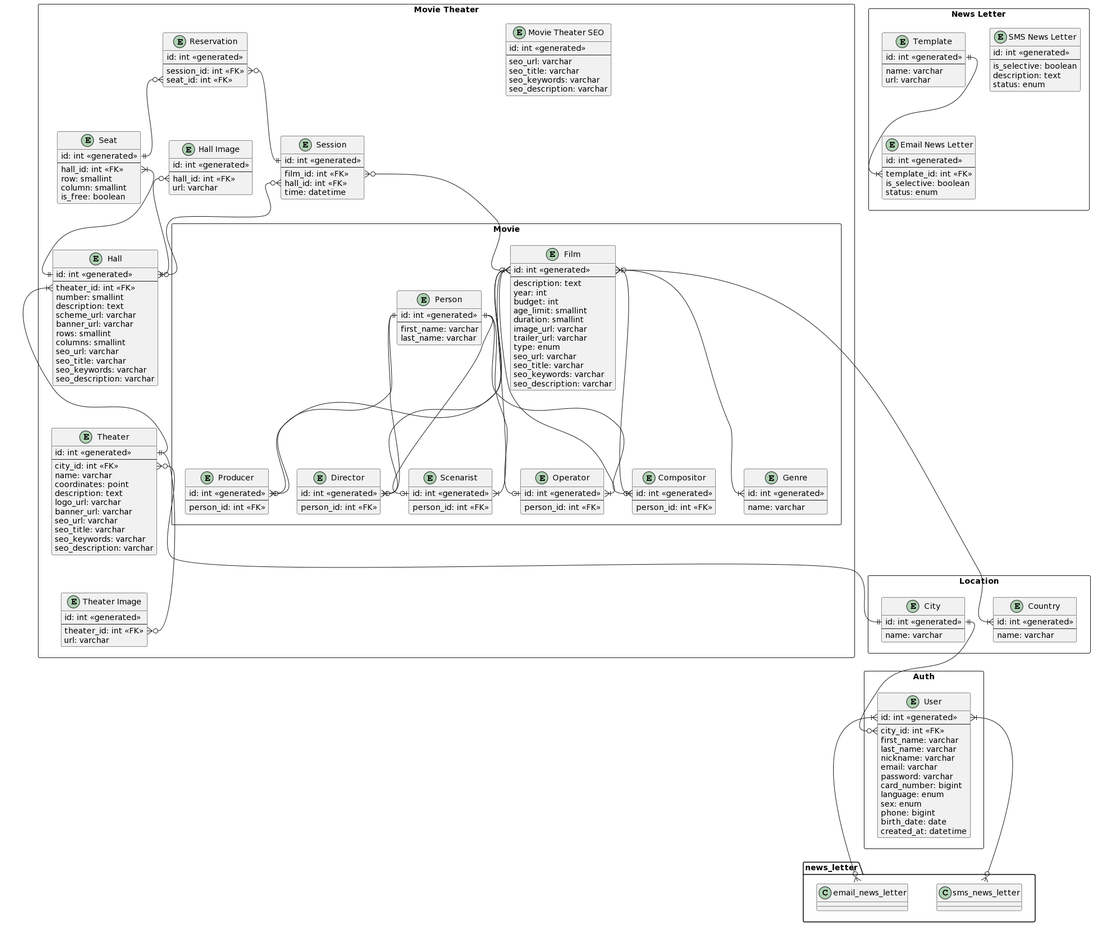
Before: docs/schema.png, a diagram exported from PlantUML (vlad1m1r0v/spacelab-kino-cms). Source of this version:
```plantuml
@startuml
rectangle "Location" as location {
    entity "City" as city {
        id: int <<generated>>
        --
        name: varchar
    }

    entity "Country" as country {
        id: int <<generated>>
        --
        name: varchar
    }
}

rectangle "Auth" as auth {
    entity "User" as user {
        id: int <<generated>>
        --
        city_id: int <<FK>>
        first_name: varchar
        last_name: varchar
        nickname: varchar
        email: varchar
        password: varchar
        card_number: bigint
        language: enum
        sex: enum
        phone: bigint
        birth_date: date
        created_at: datetime
    }
}

rectangle "News Letter" as news_letters {
    entity "SMS News Letter" as sms_news_letter {
        id: int <<generated>>
        --
        is_selective: boolean
        description: text
        status: enum
    }

    entity "Email News Letter" as email_news_letter {
        id: int <<generated>>
        --
        template_id: int <<FK>>
        is_selective: boolean
        status: enum
    }

    entity "Template" as template {
        id: int <<generated>>
        --
        name: varchar
        url: varchar
    }

    template::id ||--|{ email_news_letter::template_id
}

rectangle "Movie Theater" as movie_theater {
    entity "Movie Theater SEO" as movie_theater_seo {
        id: int <<generated>>
        --
        seo_url: varchar
        seo_title: varchar
        seo_keywords: varchar
        seo_description: varchar
    }

    entity "Theater" as theater {
        id: int <<generated>>
        --
        city_id: int <<FK>>
        name: varchar
        coordinates: point
        description: text
        logo_url: varchar
        banner_url: varchar
        seo_url: varchar
        seo_title: varchar
        seo_keywords: varchar
        seo_description: varchar
    }

    entity "Theater Image" as theater_image {
        id: int <<generated>>
        --
        theater_id: int <<FK>>
        url: varchar
    }

    entity "Hall" as hall {
        id: int <<generated>>
        --
        theater_id: int <<FK>>
        number: smallint
        description: text
        scheme_url: varchar
        banner_url: varchar
        rows: smallint
        columns: smallint
        seo_url: varchar
        seo_title: varchar
        seo_keywords: varchar
        seo_description: varchar
    }

    entity "Hall Image" as hall_image {
        id: int <<generated>>
        --
        hall_id: int <<FK>>
        url: varchar
    }

    entity "Seat" as seat {
        id: int <<generated>>
        --
        hall_id: int <<FK>>
        row: smallint
        column: smallint
        is_free: boolean
    }

    rectangle "Movie" as movie {
        entity "Film" as film {
            id: int <<generated>>
            --
            description: text
            year: int
            budget: int
            age_limit: smallint
            duration: smallint
            image_url: varchar
            trailer_url: varchar
            type: enum
            seo_url: varchar
            seo_title: varchar
            seo_keywords: varchar
            seo_description: varchar
        }

        entity "Genre" as genre {
            id: int <<generated>>
            --
            name: varchar
        }

        entity "Person" as person {
            id: int <<generated>>
            --
            first_name: varchar
            last_name: varchar
        }

        entity "Compositor" as compositor {
            id: int <<generated>>
            --
            person_id: int <<FK>>
        }

        entity "Producer" as producer {
            id: int <<generated>>
            --
            person_id: int <<FK>>
        }

        entity "Director" as director {
            id: int <<generated>>
            --
            person_id: int <<FK>>
        }

        entity "Scenarist" as scenarist {
            id: int <<generated>>
            --
            person_id: int <<FK>>
        }

        entity "Operator" as operator {
            id: int <<generated>>
            --
            person_id: int <<FK>>
        }

        film::id }|--|{ genre::id
        film::id }o--|{ country::id
        person::id ||--o| compositor::id
        person::id ||--o| producer::id
        person::id ||--o| director::id
        person::id ||--o| scenarist::id
        person::id ||--o| operator::id
        film::id }|--|{ compositor::id
        film::id }|--|{ producer::id
        film::id }|--|{ director::id
        film::id }|--|{ scenarist::id
        film::id }|--|{ operator::id
    }

    entity "Session" as session {
        id: int <<generated>>
        --
        film_id: int <<FK>>
        hall_id: int <<FK>>
        time: datetime
    }

    entity "Reservation" as reservation {
        id: int <<generated>>
        --
        session_id: int <<FK>>
        seat_id: int <<FK>>
    }

    theater::id ||--o{  theater_image::theater_id
    theater::city_id }o--|| location.city::id
    hall::theater_id }|--|| theater::id
    hall_image::hall_id }o--|| hall::id
    seat::hall_id }|--|| hall::id
    session::film_id }o--o{ movie.film::id
    session::hall_id }o--o{ hall::id
    reservation::session_id }o--|| session::id
    reservation::seat_id }o--|| seat::id
}

location.city::id ||--o{ auth.user::city_id
auth.user::id }|--o{ news_letter.sms_news_letter::id
auth.user::id }|--o{ news_letter.email_news_letter::id
@enduml
```
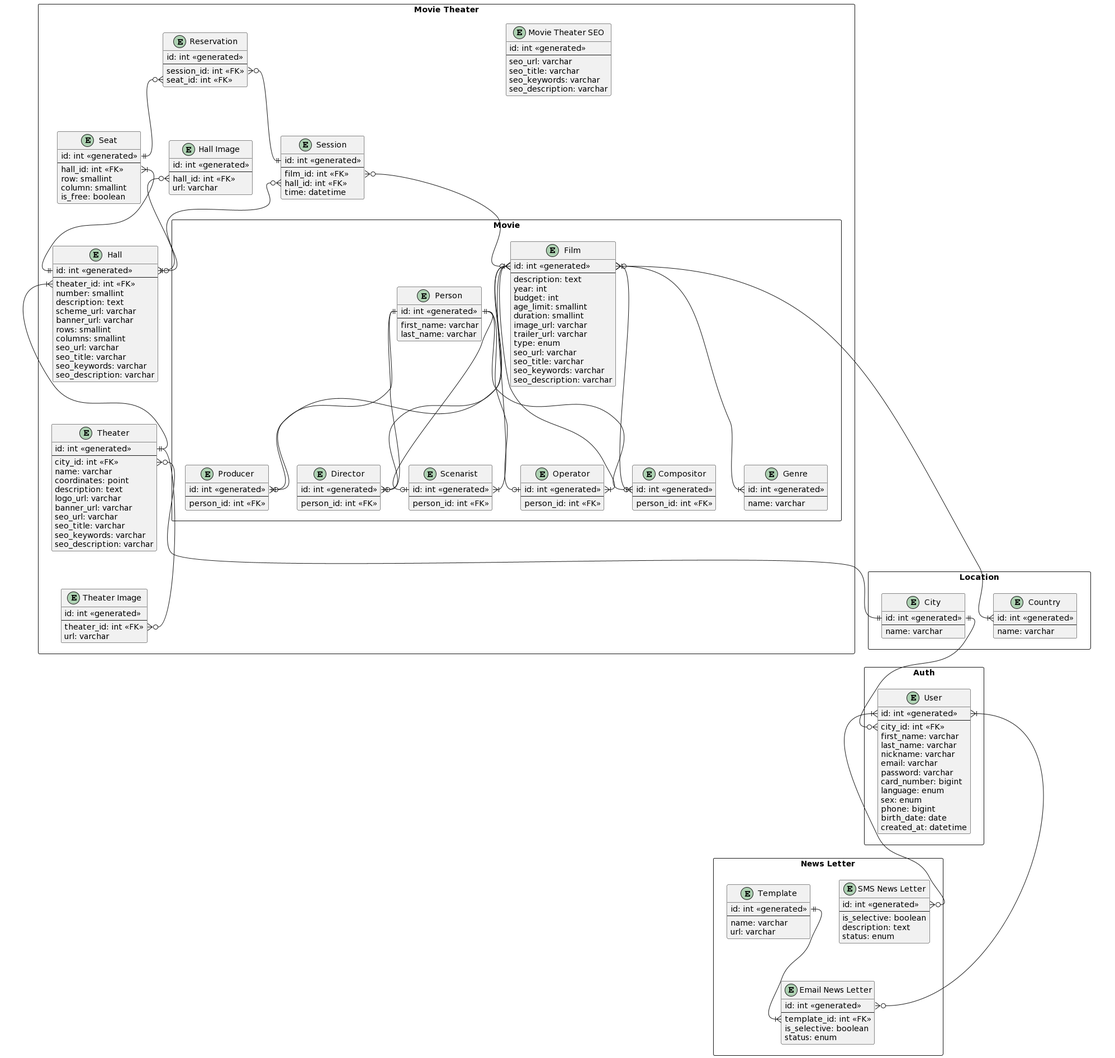
Above is the later version.

Commit message:
fixed error with incorrect news letter entities

What changed in the source:
```diff
@@ -32,7 +32,7 @@
     }
 }
 
-rectangle "News Letter" as news_letters {
+rectangle "News Letter" as news_letter {
     entity "SMS News Letter" as sms_news_letter {
         id: int <<generated>>
         --
```
